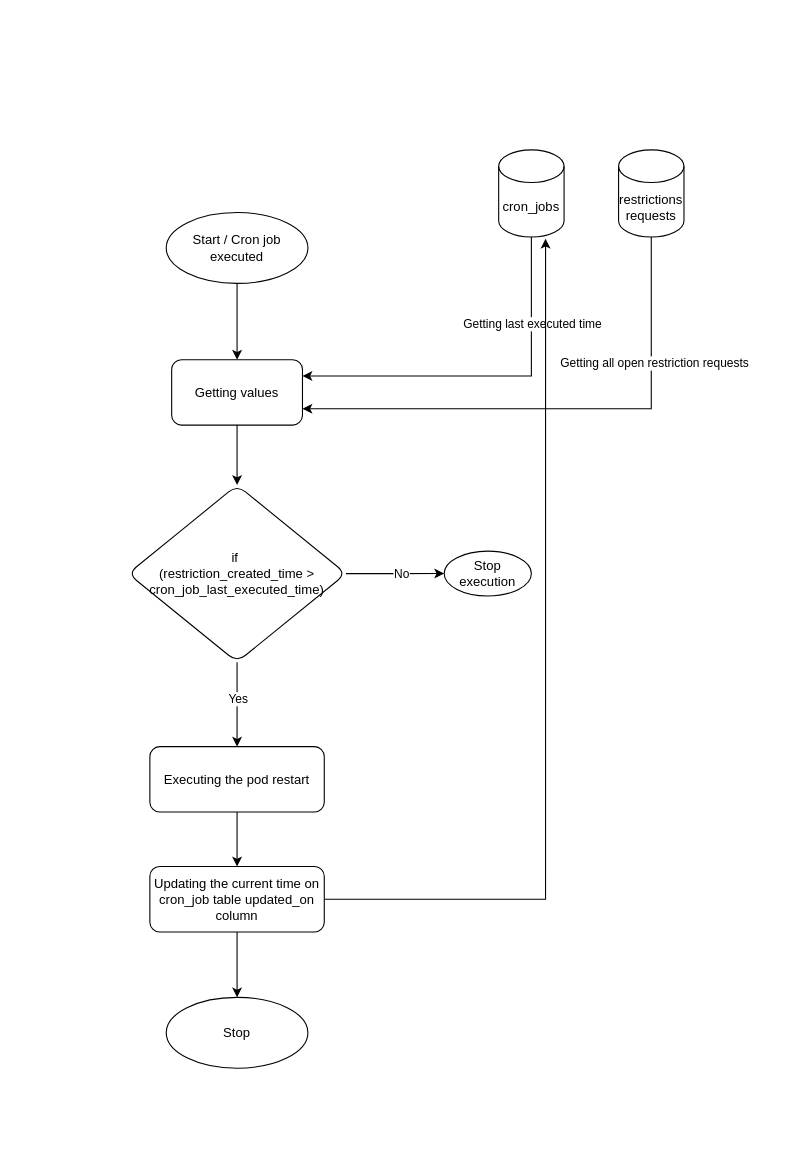
The draw.io diagram bbrover_pod_restart.drawio in bb-midhunps/diagrams, before the edit. Source tidied: cells renumbered, new cells numbered last; positions are measured from the earlier drawing's top-left corner, leaving out a move shared by most shapes. Both pictures are drawn from the tidied source at 109%, with x=0, y=0 at pixel (128, 149).
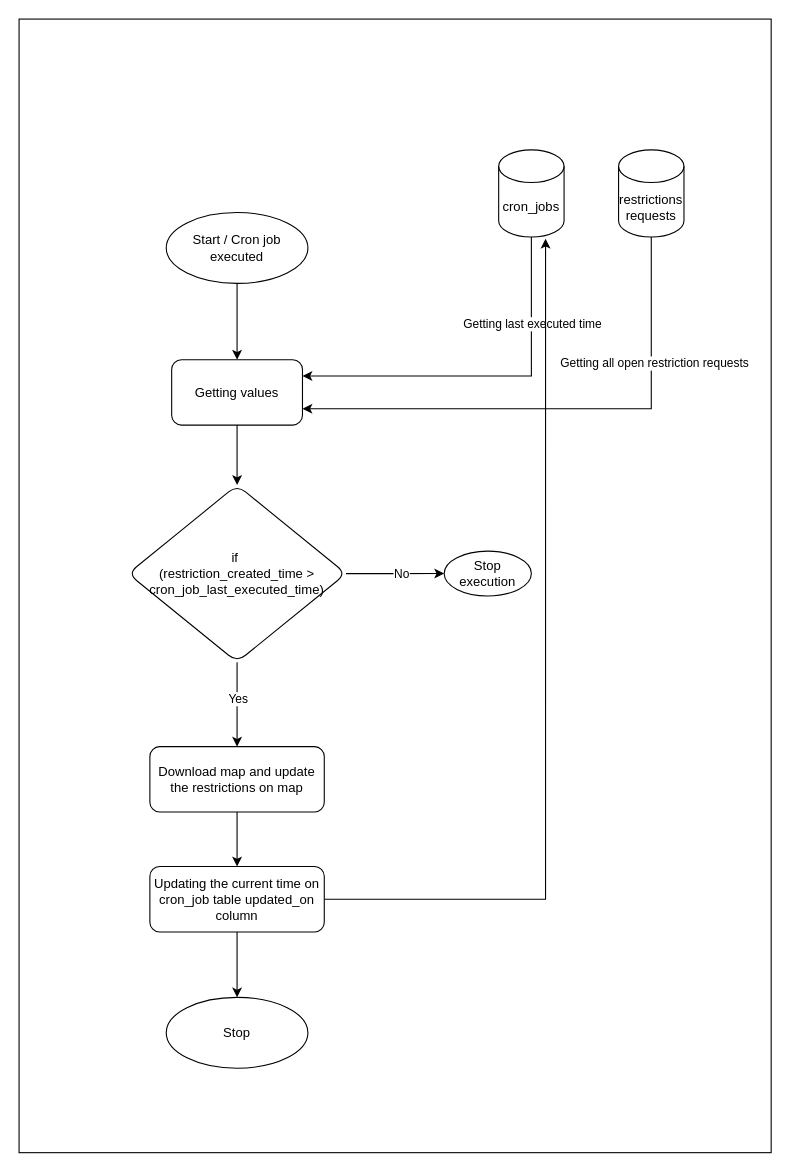
After the change.

Diff of the diagram source:
```diff
@@
+    <mxCell id="24" style="rounded=0;whiteSpace=wrap;html=1;" parent="1" vertex="1">
+      <mxGeometry x="-100" y="-120" width="690" height="1040" as="geometry" />
+    </mxCell>
@@
-    <mxCell id="19" value="Executing the pod restart" style="whiteSpace=wrap;html=1;rounded=1;" parent="1" vertex="1">
+    <mxCell id="19" value="Download map and update the restrictions on map" style="whiteSpace=wrap;html=1;rounded=1;" parent="1" vertex="1">
       <mxGeometry x="20" y="547.5" width="160" height="60" as="geometry" />
     </mxCell>
```
